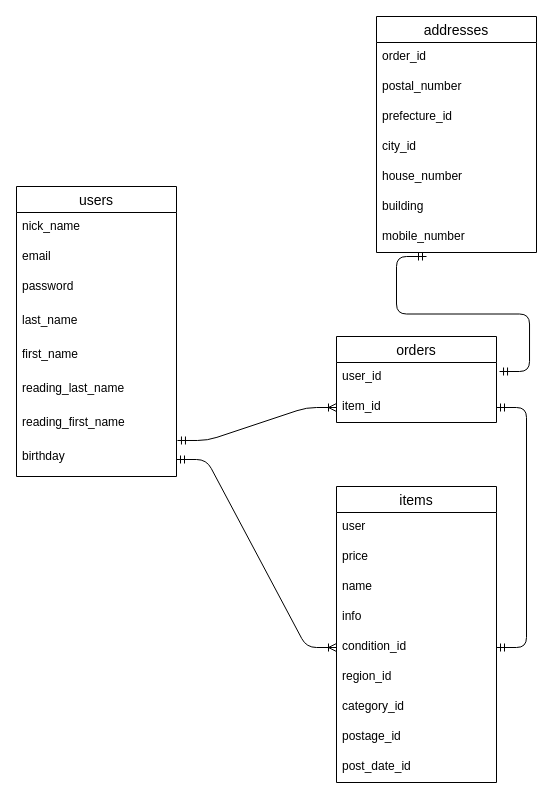
The draw.io diagram furima_ER.dio in naririri/furima-36244, before the edit. Source tidied: cells renumbered, new cells numbered last; positions are measured from the earlier drawing's top-left corner, leaving out a move shared by most shapes. Both pictures are drawn from the tidied source at 100%, with x=0, y=0 at pixel (16, 16).
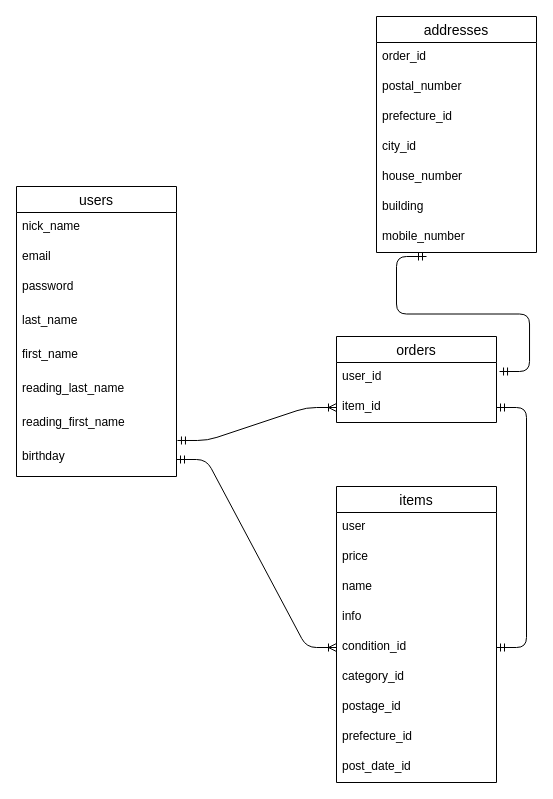
After the change.

Commit message (it also covers changes not shown here):
Issue３再々再々提出

Unchanged cells that the change refers to:
```xml
<mxCell id="11" value="items" style="swimlane;fontStyle=0;horizontal=1;startSize=26;align=center;fontSize=14;" parent="1" vertex="1">
  <mxGeometry x="320" y="470" width="160" height="296" as="geometry" />
</mxCell>
```

The edit, as a diff of the source:
```diff
@@
-    <mxCell id="17" value="region_id" style="text;strokeColor=none;fillColor=none;spacingLeft=4;spacingRight=4;overflow=hidden;fontSize=12;" parent="11" vertex="1">
-      <mxGeometry y="176" width="160" height="30" as="geometry" />
-    </mxCell>
     <mxCell id="18" value="category_id" style="text;strokeColor=none;fillColor=none;spacingLeft=4;spacingRight=4;overflow=hidden;fontSize=12;" parent="11" vertex="1">
-      <mxGeometry y="206" width="160" height="30" as="geometry" />
+      <mxGeometry y="176" width="160" height="30" as="geometry" />
     </mxCell>
     <mxCell id="19" value="postage_id" style="text;strokeColor=none;fillColor=none;spacingLeft=4;spacingRight=4;overflow=hidden;fontSize=12;" parent="11" vertex="1">
-      <mxGeometry y="236" width="160" height="30" as="geometry" />
+      <mxGeometry y="206" width="160" height="30" as="geometry" />
     </mxCell>
+    <mxCell id="17" value="prefecture_id" style="text;strokeColor=none;fillColor=none;spacingLeft=4;spacingRight=4;overflow=hidden;fontSize=12;" parent="11" vertex="1">
+      <mxGeometry y="236" width="160" height="30" as="geometry" />
+    </mxCell>
```
